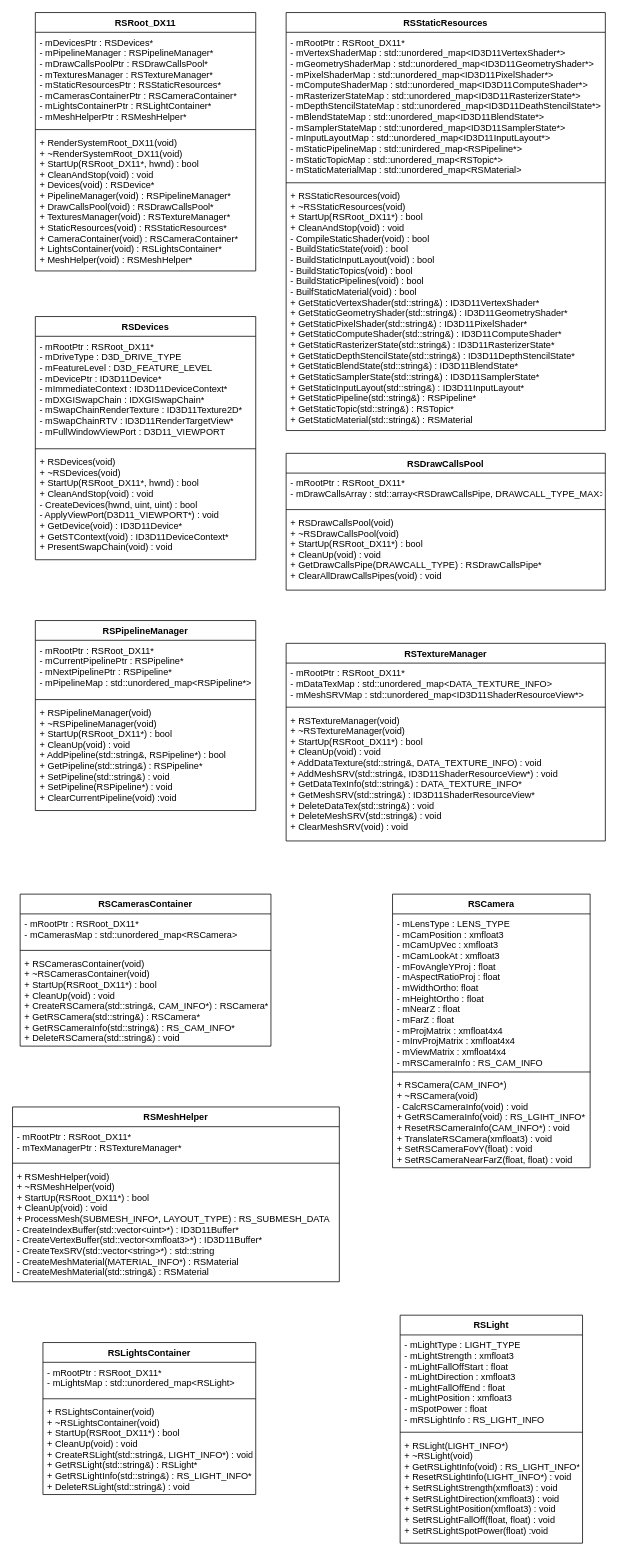
This is page "Root" (4 of 5) of Render.drawio from HIBICUS-CAI/PreWorkRenderEngine, a draw.io file, before an edit. Source tidied: cells renumbered, new cells numbered last; positions are measured from the earlier drawing's top-left corner, leaving out a move shared by most shapes. Both pictures are drawn from the tidied source at 76%, with x=0, y=0 at pixel (12, 12).
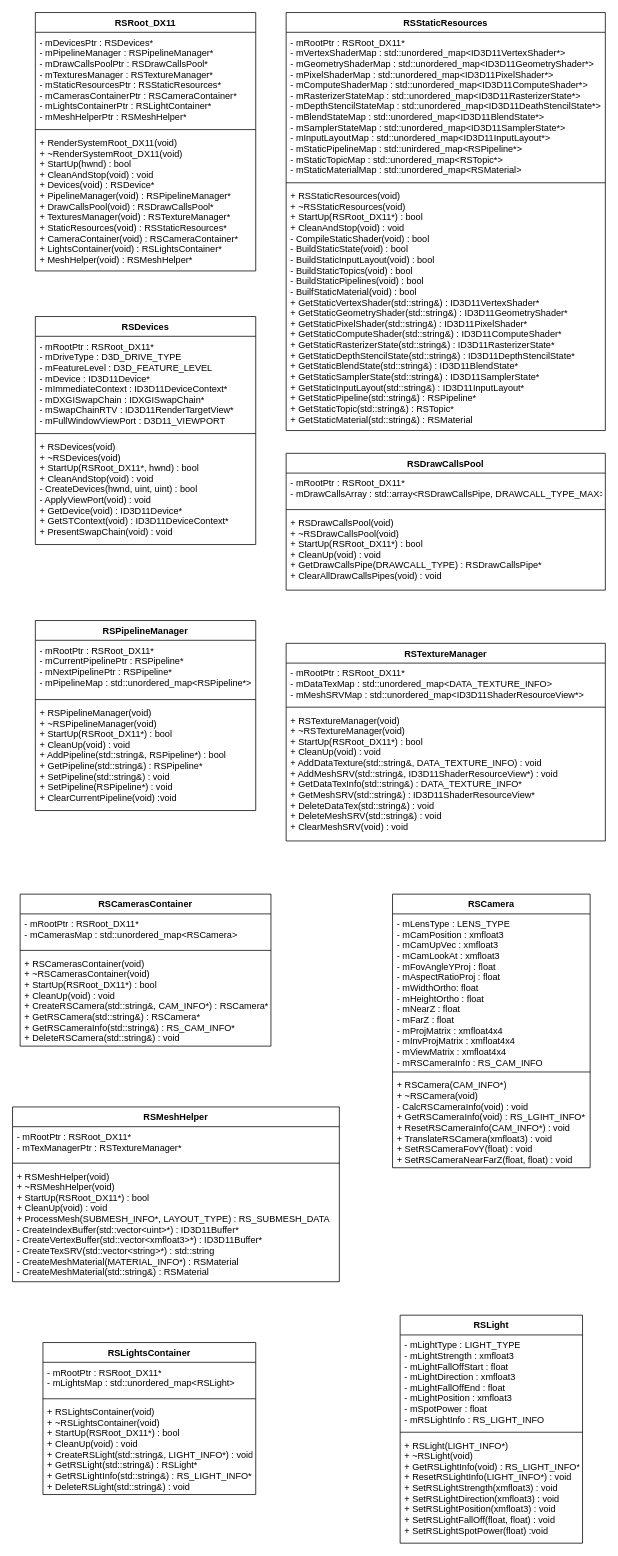
The same page after the edit.

Unchanged cells that the change refers to:
```xml
<mxCell id="2" value="RSRoot_DX11" style="swimlane;fontStyle=1;align=center;verticalAlign=top;horizontal=1;startSize=26;" parent="1" vertex="1">
  <mxGeometry x="30" width="290" height="340" as="geometry" />
</mxCell>
```

The edit, as a diff of the source:
```diff
@@
-    <mxCell id="5" value="+ RenderSystemRoot_DX11(void)&#10;+ ~RenderSystemRoot_DX11(void)&#10;+ StartUp(RSRoot_DX11*, hwnd) : bool&#10;+ CleanAndStop(void) : void&#10;+ Devices(void) : RSDevice*&#10;+ PipelineManager(void) : RSPipelineManager*&#10;+ DrawCallsPool(void) : RSDrawCallsPool*&#10;+ TexturesManager(void) : RSTextureManager*&#10;+ StaticResources(void) : RSStaticResources*&#10;+ CameraContainer(void) : RSCameraContainer*&#10;+ LightsContainer(void) : RSLightsContainer*&#10;+ MeshHelper(void) : RSMeshHelper*" style="text;strokeColor=none;fillColor=none;align=left;verticalAlign=top;spacingLeft=4;spacingRight=4;overflow=hidden;" parent="2" vertex="1">
+    <mxCell id="5" value="+ RenderSystemRoot_DX11(void)&#10;+ ~RenderSystemRoot_DX11(void)&#10;+ StartUp(hwnd) : bool&#10;+ CleanAndStop(void) : void&#10;+ Devices(void) : RSDevice*&#10;+ PipelineManager(void) : RSPipelineManager*&#10;+ DrawCallsPool(void) : RSDrawCallsPool*&#10;+ TexturesManager(void) : RSTextureManager*&#10;+ StaticResources(void) : RSStaticResources*&#10;+ CameraContainer(void) : RSCameraContainer*&#10;+ LightsContainer(void) : RSLightsContainer*&#10;+ MeshHelper(void) : RSMeshHelper*" style="text;strokeColor=none;fillColor=none;align=left;verticalAlign=top;spacingLeft=4;spacingRight=4;overflow=hidden;" parent="2" vertex="1">
       <mxGeometry y="158" width="290" height="182" as="geometry" />
     </mxCell>
     <mxCell id="6" value="RSDevices" style="swimlane;fontStyle=1;align=center;verticalAlign=top;horizontal=1;startSize=26;" parent="1" vertex="1">
-      <mxGeometry x="30" y="400" width="290" height="320" as="geometry" />
+      <mxGeometry x="30" y="400" width="290" height="300" as="geometry" />
     </mxCell>
-    <mxCell id="7" value="- mRootPtr : RSRoot_DX11*&#10;- mDriveType : D3D_DRIVE_TYPE&#10;- mFeatureLevel : D3D_FEATURE_LEVEL&#10;- mDevicePtr : ID3D11Device*&#10;- mImmediateContext : ID3D11DeviceContext*&#10;- mDXGISwapChain : IDXGISwapChain*&#10;- mSwapChainRenderTexture : ID3D11Texture2D*&#10;- mSwapChainRTV : ID3D11RenderTargetView*&#10;- mFullWindowViewPort : D3D11_VIEWPORT" style="text;strokeColor=none;fillColor=none;align=left;verticalAlign=top;spacingLeft=4;spacingRight=4;overflow=hidden;" parent="6" vertex="1">
-      <mxGeometry y="26" width="290" height="144" as="geometry" />
+    <mxCell id="7" value="- mRootPtr : RSRoot_DX11*&#10;- mDriveType : D3D_DRIVE_TYPE&#10;- mFeatureLevel : D3D_FEATURE_LEVEL&#10;- mDevice : ID3D11Device*&#10;- mImmediateContext : ID3D11DeviceContext*&#10;- mDXGISwapChain : IDXGISwapChain*&#10;- mSwapChainRTV : ID3D11RenderTargetView*&#10;- mFullWindowViewPort : D3D11_VIEWPORT" style="text;strokeColor=none;fillColor=none;align=left;verticalAlign=top;spacingLeft=4;spacingRight=4;overflow=hidden;" parent="6" vertex="1">
+      <mxGeometry y="26" width="290" height="124" as="geometry" />
     </mxCell>
     <mxCell id="8" style="line;strokeWidth=1;fillColor=none;align=left;verticalAlign=middle;spacingTop=-1;spacingLeft=3;spacingRight=3;labelPosition=right;" parent="6" vertex="1">
-      <mxGeometry y="170" width="290" height="8" as="geometry" />
+      <mxGeometry y="150" width="290" height="8" as="geometry" />
     </mxCell>
-    <mxCell id="9" value="+ RSDevices(void)&#10;+ ~RSDevices(void)&#10;+ StartUp(RSRoot_DX11*, hwnd) : bool&#10;+ CleanAndStop(void) : void&#10;- CreateDevices(hwnd, uint, uint) : bool&#10;- ApplyViewPort(D3D11_VIEWPORT*) : void&#10;+ GetDevice(void) : ID3D11Device*&#10;+ GetSTContext(void) : ID3D11DeviceContext*&#10;+ PresentSwapChain(void) : void" style="text;strokeColor=none;fillColor=none;align=left;verticalAlign=top;spacingLeft=4;spacingRight=4;overflow=hidden;" parent="6" vertex="1">
-      <mxGeometry y="178" width="290" height="142" as="geometry" />
+    <mxCell id="9" value="+ RSDevices(void)&#10;+ ~RSDevices(void)&#10;+ StartUp(RSRoot_DX11*, hwnd) : bool&#10;+ CleanAndStop(void) : void&#10;- CreateDevices(hwnd, uint, uint) : bool&#10;- ApplyViewPort(void) : void&#10;+ GetDevice(void) : ID3D11Device*&#10;+ GetSTContext(void) : ID3D11DeviceContext*&#10;+ PresentSwapChain(void) : void" style="text;strokeColor=none;fillColor=none;align=left;verticalAlign=top;spacingLeft=4;spacingRight=4;overflow=hidden;" parent="6" vertex="1">
+      <mxGeometry y="158" width="290" height="142" as="geometry" />
     </mxCell>
```
